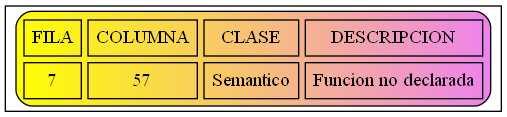
The Graphviz diagram Errores.png in JoseMore99/OLC2_P1_201701015, before a commit. Its source is kept beside it as Errores.dot.
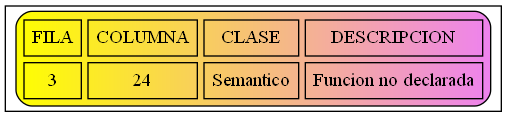
After the commit.

Diff of the diagram source:
```diff
@@ -2,6 +2,6 @@
 node [shape=record];
 a0 [label=<<TABLE border="1" cellspacing="5" cellpadding="5" style="rounded" bgcolor="yellow:violet">
 "<TR><TD>FILA</TD><TD>COLUMNA</TD><TD>CLASE</TD><TD>DESCRIPCION</TD></TR>
-<TR><TD>7</TD><TD>57</TD><TD>Semantico</TD><TD>Funcion no declarada</TD></TR>
+<TR><TD>3</TD><TD>24</TD><TD>Semantico</TD><TD>Funcion no declarada</TD></TR>
 </TABLE>>];
 }
```
